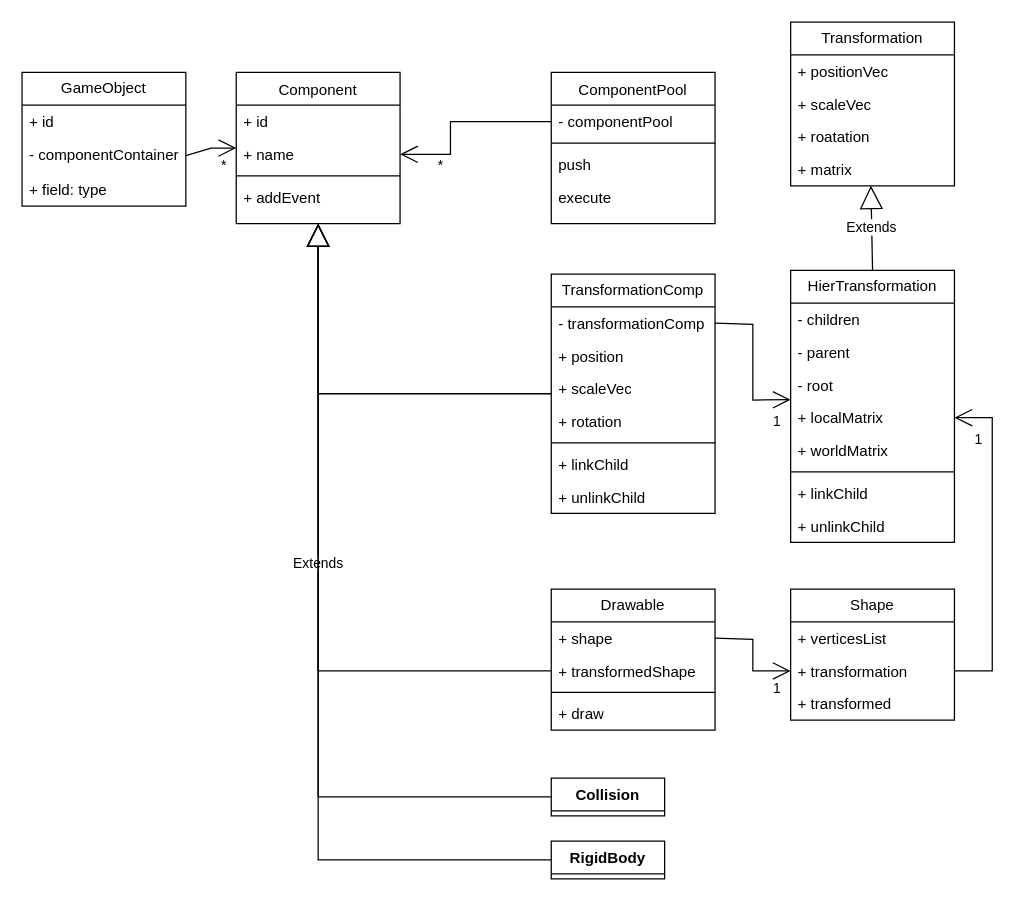
Before: page "Page-1" (1 of 3) of class diagram.drawio in tgds03/jsPhysicsEngine, a draw.io diagram. Source tidied: cells renumbered, new cells numbered last; positions are measured from the earlier drawing's top-left corner, leaving out a move shared by most shapes. Both pictures are drawn from the tidied source at 126%, with x=0, y=0 at pixel (21, 21).
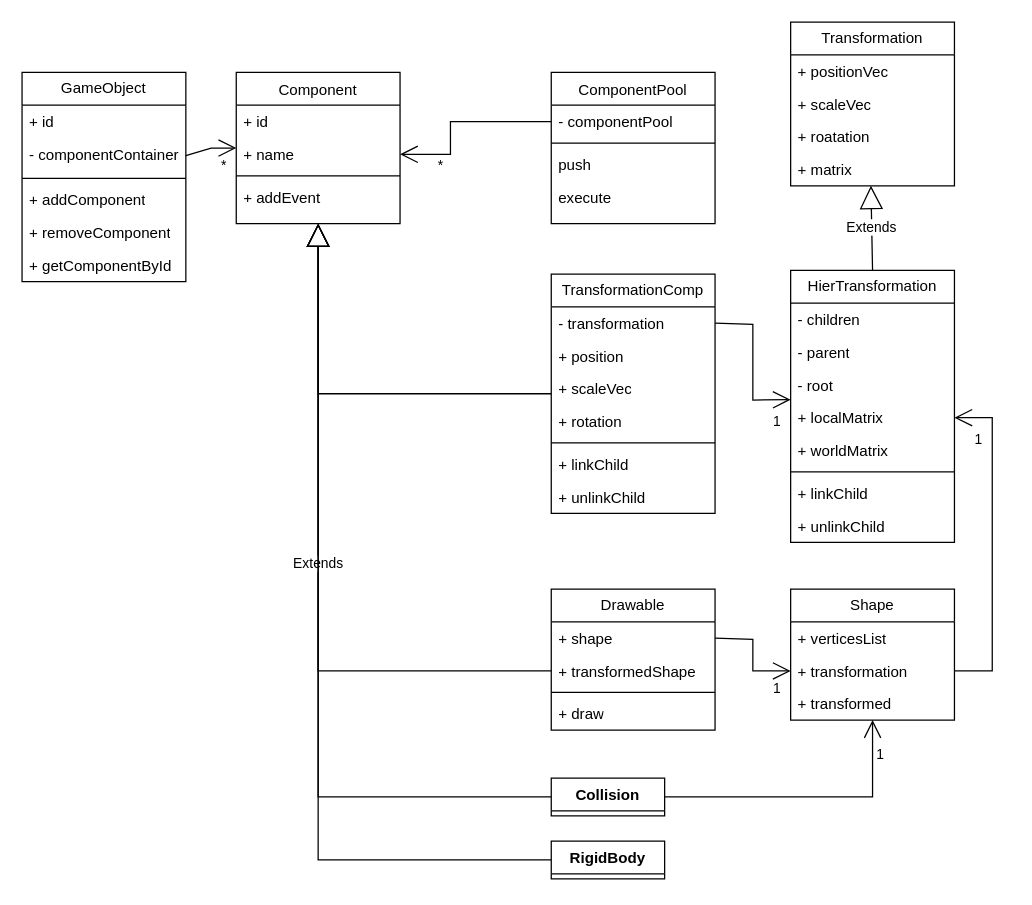
Above is the later version.

Commit message:
class diagram 업데이트

The change refers to these unchanged cells:
```xml
<mxCell id="12" value="TransformationComp" style="swimlane;fontStyle=0;horizontal=1;startSize=26;fillColor=none;whiteSpace=wrap;html=1;" parent="1" vertex="1">
  <mxGeometry x="420" y="200" width="130" height="190" as="geometry" />
</mxCell>
<mxCell id="46" value="Shape" style="swimlane;fontStyle=0;horizontal=1;startSize=26;fillColor=none;whiteSpace=wrap;html=1;" parent="1" vertex="1">
  <mxGeometry x="610" y="450" width="130" height="104" as="geometry" />
</mxCell>
<mxCell id="54" value="Collision" style="swimlane;fontStyle=1;align=center;verticalAlign=top;horizontal=1;startSize=26;whiteSpace=wrap;html=1;" parent="1" vertex="1" collapsed="1">
  <mxGeometry x="420" y="600" width="90" height="30" as="geometry" />
</mxCell>
```

Change to the diagram source:
```diff
@@
-    <mxCell id="13" value="- transformationComp" style="text;strokeColor=none;fillColor=none;align=left;verticalAlign=top;spacingLeft=4;spacingRight=4;overflow=hidden;points=[[0,0.5],[1,0.5]];portConstraint=eastwest;whiteSpace=wrap;html=1;" parent="12" vertex="1">
+    <mxCell id="13" value="- transformation" style="text;strokeColor=none;fillColor=none;align=left;verticalAlign=top;spacingLeft=4;spacingRight=4;overflow=hidden;points=[[0,0.5],[1,0.5]];portConstraint=eastwest;whiteSpace=wrap;html=1;" parent="12" vertex="1">
       <mxGeometry y="26" width="130" height="26" as="geometry" />
     </mxCell>
@@
     <mxCell id="58" value="GameObject" style="swimlane;fontStyle=0;horizontal=1;startSize=26;fillColor=none;whiteSpace=wrap;html=1;" parent="1" vertex="1">
-      <mxGeometry y="40" width="130" height="106" as="geometry" />
+      <mxGeometry y="40" width="130" height="166" as="geometry" />
     </mxCell>
@@
+    <mxCell id="64" style="line;strokeWidth=1;fillColor=none;align=left;verticalAlign=middle;spacingTop=-1;spacingLeft=3;spacingRight=3;labelPosition=right;strokeColor=inherit;" parent="58" vertex="1">
+      <mxGeometry y="80" width="130" height="8" as="geometry" />
+    </mxCell>
-    <mxCell id="61" value="+ field: type" style="text;strokeColor=none;fillColor=none;align=left;verticalAlign=top;spacingLeft=4;spacingRight=4;overflow=hidden;whiteSpace=wrap;html=1;" parent="58" vertex="1">
-      <mxGeometry y="80" width="130" height="26" as="geometry" />
+    <mxCell id="61" value="+ addComponent" style="text;strokeColor=none;fillColor=none;align=left;verticalAlign=top;spacingLeft=4;spacingRight=4;overflow=hidden;whiteSpace=wrap;html=1;" parent="58" vertex="1">
+      <mxGeometry y="88" width="130" height="26" as="geometry" />
     </mxCell>
+    <mxCell id="65" value="+ removeComponent" style="text;strokeColor=none;fillColor=none;align=left;verticalAlign=top;spacingLeft=4;spacingRight=4;overflow=hidden;whiteSpace=wrap;html=1;" parent="58" vertex="1">
+      <mxGeometry y="114" width="130" height="26" as="geometry" />
+    </mxCell>
+    <mxCell id="66" value="+ getComponentById" style="text;strokeColor=none;fillColor=none;align=left;verticalAlign=top;spacingLeft=4;spacingRight=4;overflow=hidden;whiteSpace=wrap;html=1;" parent="58" vertex="1">
+      <mxGeometry y="140" width="130" height="26" as="geometry" />
+    </mxCell>
@@
+    <mxCell id="67" style="endArrow=open;endFill=1;endSize=12;html=1;rounded=0;exitX=1;exitY=0.5;exitDx=0;exitDy=0;entryX=0.5;entryY=1;entryDx=0;entryDy=0;" parent="1" edge="1" source="54" target="46">
+      <mxGeometry relative="1" as="geometry">
+        <Array as="points">
+          <mxPoint x="675" y="615" />
+        </Array>
+      </mxGeometry>
+    </mxCell>
+    <mxCell id="68" value="1" style="edgeLabel;html=1;align=center;verticalAlign=middle;" parent="67" vertex="1">
+      <mxGeometry x="0.82" y="-1" relative="1" as="geometry">
+        <mxPoint x="4" y="6" as="offset" />
+      </mxGeometry>
+    </mxCell>
```
